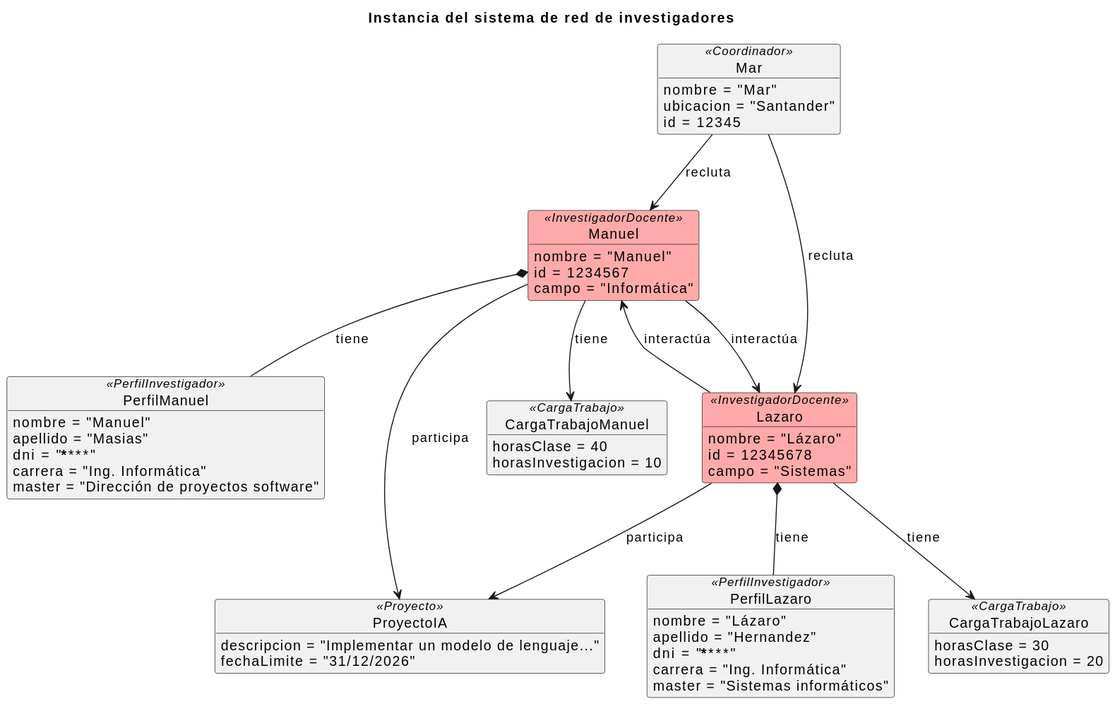
Before: documentación/ModeloDelDominio/Imagenes/Objetos/ObjetosInvestigador.svg, a diagram exported from PlantUML (31Diego/25-26-IdSw1-SdR).
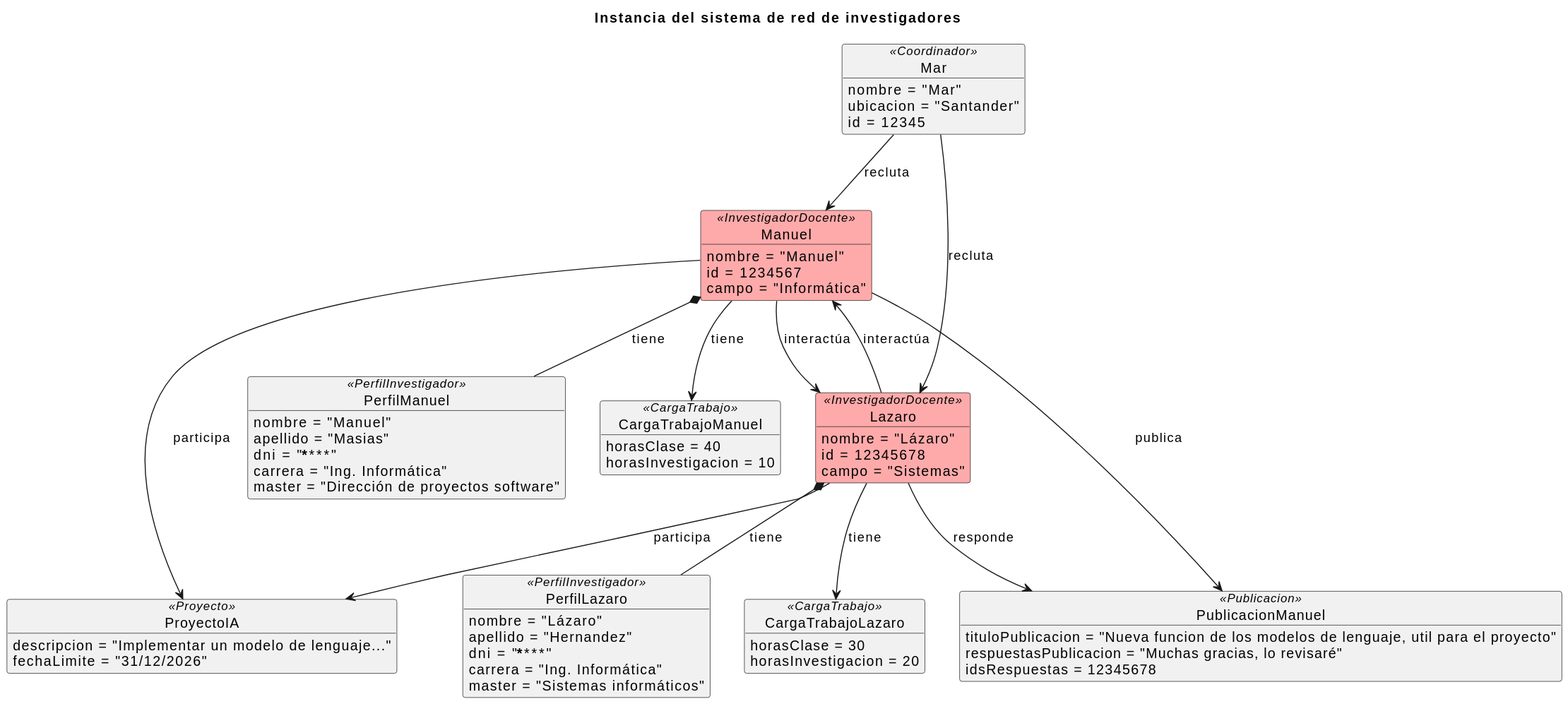
After the change.

Diff of the diagram source:
```diff
@@ -50,6 +50,12 @@
     fechaLimite = "31/12/2026"
 }
 
+object PublicacionManuel <<Publicacion>> {
+    tituloPublicacion = "Nueva funcion de los modelos de lenguaje, util para el proyecto"
+    respuestasPublicacion = "Muchas gracias, lo revisaré"
+    idsRespuestas = 12345678
+}
+
 
 
 
@@ -67,4 +73,7 @@
 
 Manuel --> CargaTrabajoManuel : tiene
 Lazaro --> CargaTrabajoLazaro : tiene
+
+Manuel --> PublicacionManuel: publica
+Lazaro --> PublicacionManuel: responde
 @enduml
```
